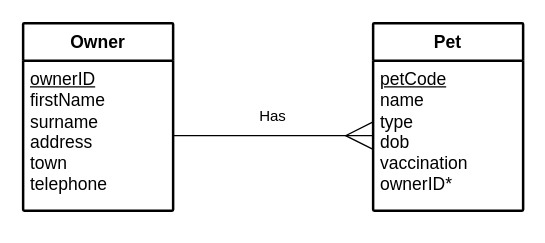
Above: page "Owner" (14 of 15) of n5-cs/ddd/N5-DDD-Clydeview/assets/Diagrams/N5 DDD Clydeview.drawio in MrFriendCS/MrFriendCS.github.io (draw.io), before the change. Source tidied: cells renumbered, new cells numbered last; positions are measured from the earlier drawing's top-left corner, leaving out a move shared by most shapes. Both pictures are drawn from the tidied source at 125%, with x=0, y=0 at pixel (22, 22).
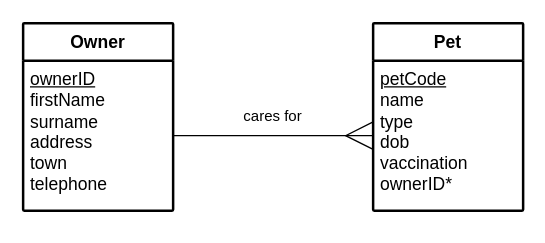
After the change.

What changed in the source:
```diff
@@
 <mxGraphModel>
   <root>
     <mxCell id="0" />
     <mxCell id="1" parent="0" />
     <mxCell id="2" value="&lt;b&gt;Owner&lt;/b&gt;" style="swimlane;horizontal=1;startSize=30;rounded=1;fontSize=14;fontStyle=0;strokeWidth=2;shadow=0;dashed=0;align=center;arcSize=1;whiteSpace=wrap;html=1;fillColor=none;" parent="1" vertex="1">
       <mxGeometry width="120" height="150" as="geometry" />
     </mxCell>
     <mxCell id="3" value="&lt;font style=&quot;font-size: 14px;&quot;&gt;&lt;u style=&quot;&quot;&gt;ownerID&lt;/u&gt;&lt;br&gt;firstName&lt;br&gt;surname&lt;br&gt;address&lt;br&gt;town&lt;br&gt;telephone&lt;/font&gt;" style="align=left;strokeColor=none;fillColor=none;spacingLeft=4;fontSize=12;verticalAlign=top;html=1;" parent="2" vertex="1">
       <mxGeometry y="30" width="120" height="120" as="geometry" />
     </mxCell>
     <mxCell id="4" style="edgeStyle=orthogonalEdgeStyle;rounded=0;orthogonalLoop=1;jettySize=auto;html=1;exitX=0.5;exitY=1;exitDx=0;exitDy=0;" parent="2" edge="1" source="3" target="3">
       <mxGeometry relative="1" as="geometry" />
     </mxCell>
     <mxCell id="5" value="&lt;b&gt;Pet&lt;/b&gt;" style="swimlane;horizontal=1;startSize=30;rounded=1;fontSize=14;fontStyle=0;strokeWidth=2;shadow=0;dashed=0;align=center;arcSize=1;whiteSpace=wrap;html=1;fillColor=none;" parent="1" vertex="1">
       <mxGeometry x="280" width="120" height="150" as="geometry" />
     </mxCell>
     <mxCell id="6" value="&lt;font style=&quot;font-size: 14px;&quot;&gt;&lt;u style=&quot;&quot;&gt;petCode&lt;br&gt;&lt;/u&gt;name&lt;br&gt;type&lt;br&gt;dob&lt;br&gt;vaccination&lt;br&gt;ownerID*&lt;/font&gt;" style="align=left;strokeColor=none;fillColor=none;spacingLeft=4;fontSize=12;verticalAlign=top;html=1;" parent="5" vertex="1">
       <mxGeometry y="30" width="120" height="120" as="geometry" />
     </mxCell>
     <mxCell id="7" style="rounded=0;jettySize=auto;html=1;exitX=1;exitY=0.5;exitDx=0;exitDy=0;entryX=0;entryY=0.5;entryDx=0;entryDy=0;endArrow=ERmany;endFill=0;endSize=20;" parent="1" edge="1" source="3" target="6">
       <mxGeometry relative="1" as="geometry" />
     </mxCell>
-    <mxCell id="8" value="Has" style="text;html=1;align=center;verticalAlign=middle;whiteSpace=wrap;rounded=0;" parent="1" vertex="1">
+    <mxCell id="8" value="cares for" style="text;html=1;align=center;verticalAlign=middle;whiteSpace=wrap;rounded=0;" parent="1" vertex="1">
       <mxGeometry x="170" y="60" width="60" height="30" as="geometry" />
     </mxCell>
   </root>
 </mxGraphModel>
```
